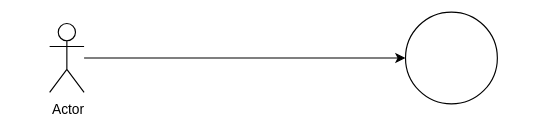
Above: Heislab/TTK4235_Heislab/Use-Case Diagram.svg in Smevold/TTK4235 (draw.io), before the change. Source tidied: cells renumbered, new cells last; positions are measured from the earlier drawing's top-left corner, leaving out a move shared by most shapes. Its diagram source:
```xml
<mxGraphModel background="#FFFFFF">
  <root>
    <mxCell id="0" />
    <mxCell id="1" parent="0" />
    <mxCell id="2" style="edgeStyle=none;html=1;entryX=0;entryY=0.5;entryDx=0;entryDy=0;" parent="1" edge="1" source="3" target="4">
      <mxGeometry relative="1" as="geometry" />
    </mxCell>
    <mxCell id="3" value="Actor" style="shape=umlActor;verticalLabelPosition=bottom;verticalAlign=top;html=1;outlineConnect=0;" parent="1" vertex="1">
      <mxGeometry y="10" width="30" height="60" as="geometry" />
    </mxCell>
    <mxCell id="4" style="ellipse;whiteSpace=wrap;html=1;" parent="1" vertex="1">
      <mxGeometry x="310" width="80" height="80" as="geometry" />
    </mxCell>
  </root>
</mxGraphModel>
```
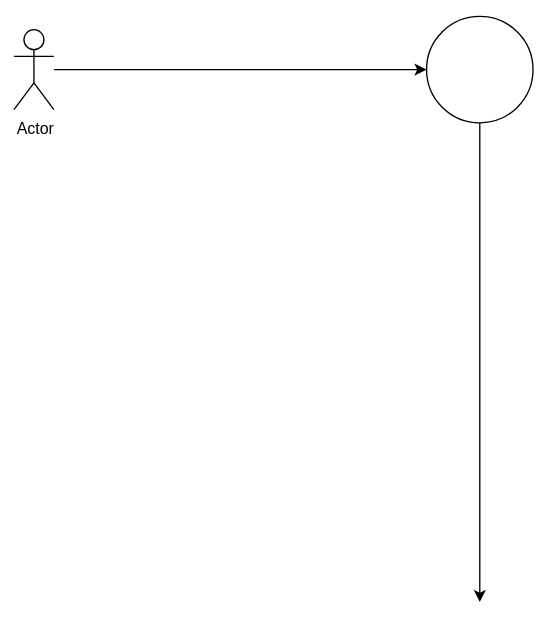
The same diagram one commit later.

The edit, as a diff of the source:
```diff
@@ -8,6 +8,11 @@
     <mxCell id="3" value="Actor" style="shape=umlActor;verticalLabelPosition=bottom;verticalAlign=top;html=1;outlineConnect=0;" parent="1" vertex="1">
       <mxGeometry y="10" width="30" height="60" as="geometry" />
     </mxCell>
+    <mxCell id="5" style="edgeStyle=none;html=1;" parent="1" edge="1" source="4">
+      <mxGeometry relative="1" as="geometry">
+        <mxPoint x="350" y="440" as="targetPoint" />
+      </mxGeometry>
+    </mxCell>
     <mxCell id="4" style="ellipse;whiteSpace=wrap;html=1;" parent="1" vertex="1">
       <mxGeometry x="310" width="80" height="80" as="geometry" />
     </mxCell>
```
